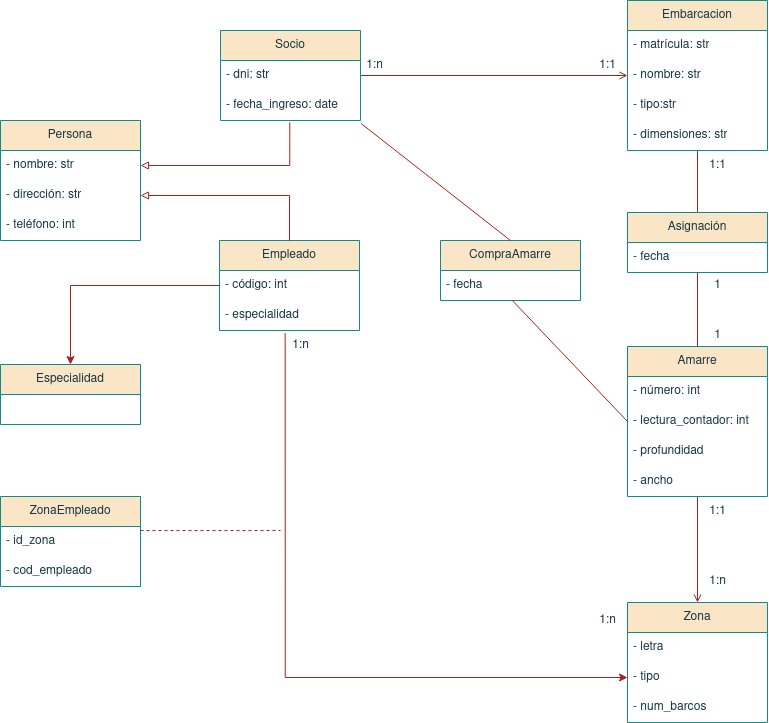
colidom/ets keeps this draw.io diagram as Tema 5. Diagramas de clase/ClubNautico.drawio.png. Above is the earlier version. Source tidied: cells renumbered, new cells last; positions are measured from the earlier drawing's top-left corner, leaving out a move shared by most shapes.
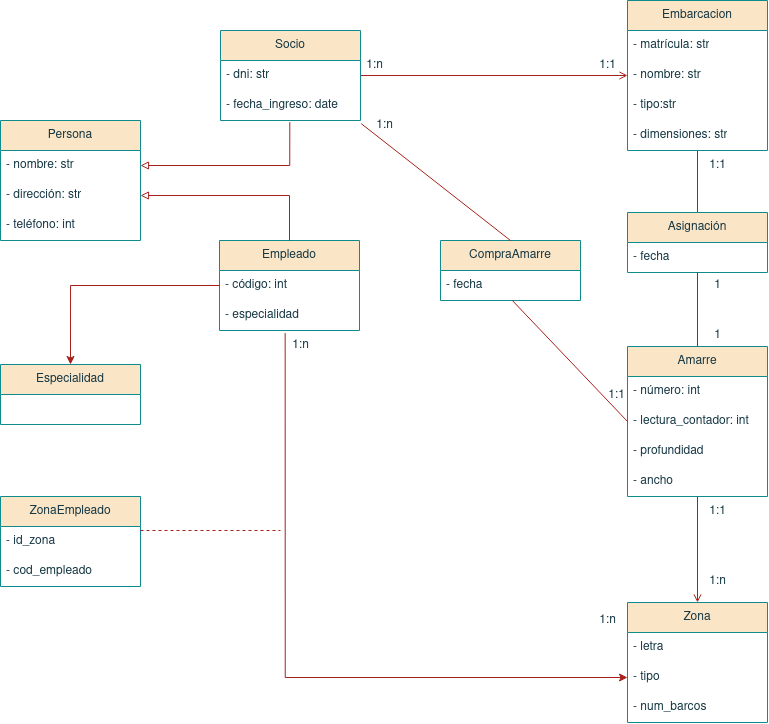
Later version of the same file.

Diff of the diagram source:
```diff
@@ -169,5 +169,11 @@
     <mxCell id="53" style="endArrow=none;html=1;rounded=0;strokeColor=#A8201A;fontColor=#143642;fillColor=#FAE5C7;entryX=0.5;entryY=0;entryDx=0;entryDy=0;exitX=1.005;exitY=1.104;exitDx=0;exitDy=0;exitPerimeter=0;endFill=0;" parent="1" edge="1" source="5" target="50">
       <mxGeometry relative="1" as="geometry" />
     </mxCell>
+    <mxCell id="54" value="1:n" style="text;html=1;align=center;verticalAlign=middle;strokeColor=none;fillColor=none;fontColor=#143642;" parent="1" vertex="1">
+      <mxGeometry x="364" y="110" width="40" height="30" as="geometry" />
+    </mxCell>
+    <mxCell id="55" value="1:1" style="text;html=1;align=center;verticalAlign=middle;strokeColor=none;fillColor=none;fontColor=#143642;" parent="1" vertex="1">
+      <mxGeometry x="596" y="380" width="40" height="30" as="geometry" />
+    </mxCell>
   </root>
 </mxGraphModel>
```
